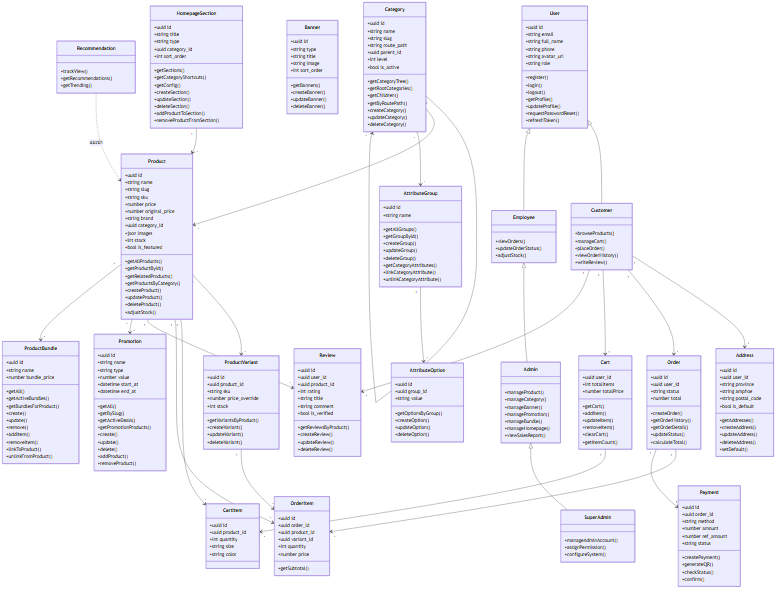
The Mermaid diagram docs/diagrams/02-class-diagram.png in flukerzanmk5547/Project-204, before a commit. Its source is kept beside it as docs/diagrams/02-class-diagram.mmd.
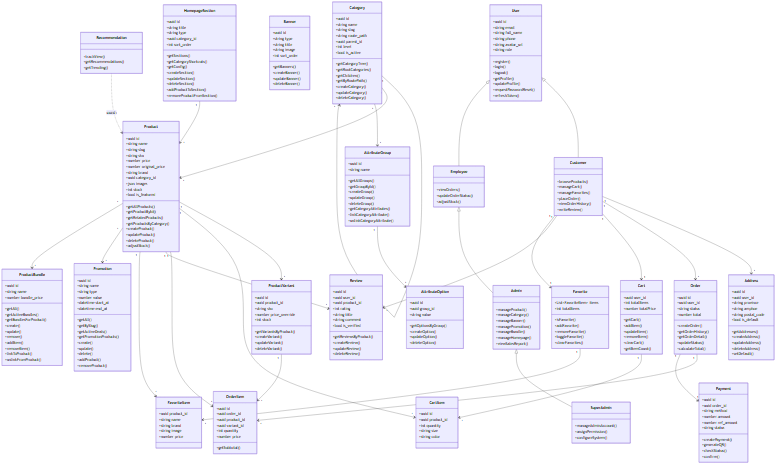
After the commit.

Commit message:
docs: add Favorite classes back to class diagram

- Favorite / FavoriteItem were dropped in the previous class diagram rewrite
  even though the feature exists in the app (/favorites + FavoritesContext)
- Add manageFavorites() to Customer and the Customer-Favorite-Product relations
- Note in README that favorites are frontend-only (localStorage, no API/table)

Diff of the diagram source:
```diff
@@ -19,6 +19,7 @@
     class Customer {
         +browseProducts()
         +manageCart()
+        +manageFavorites()
         +placeOrder()
         +viewOrderHistory()
         +writeReview()
@@ -130,6 +131,23 @@
         +int quantity
         +string size
         +string color
+    }
+
+    class Favorite {
+        +List~FavoriteItem~ items
+        +int totalItems
+        +isFavorite()
+        +addFavorite()
+        +removeFavorite()
+        +toggleFavorite()
+        +clearFavorites()
+    }
+    class FavoriteItem {
+        +uuid product_id
+        +string name
+        +string brand
+        +string image
+        +number price
     }
 
     class Order {
@@ -264,6 +282,8 @@
     Customer "1" --> "*" Order
     Customer "1" --> "1" Cart
     Customer "1" --> "*" Review
+    Customer "1" --> "1" Favorite
+    Favorite "1" --> "*" FavoriteItem
 
     Category "1" --> "*" Category
     Category "1" --> "*" Product
@@ -273,6 +293,7 @@
     Product "1" --> "*" CartItem
     Product "1" --> "*" OrderItem
     Product "1" --> "*" Review
+    Product "1" --> "*" FavoriteItem
     Product "*" --> "*" Promotion
     Product "*" --> "*" ProductBundle
 
```
